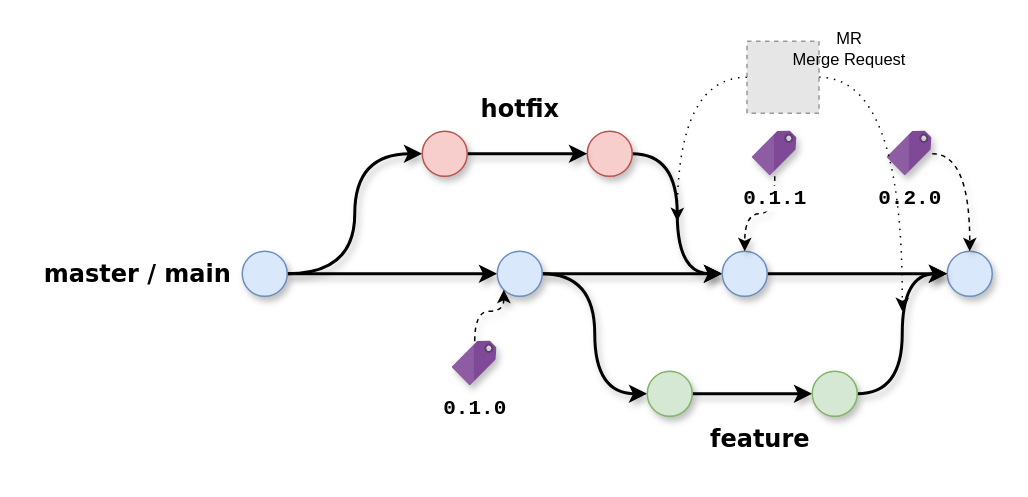
The draw.io diagram diagrama-github-flow.drawio in mrclalves/desenhos, before the edit. Source tidied: cells renumbered, new cells numbered last; positions are measured from the earlier drawing's top-left corner, leaving out a move shared by most shapes. Both pictures are drawn from the tidied source at 150%, with x=0, y=0 at pixel (32, 26). Pictures stored in the file or linked from it are replaced by grey dashed boxes.
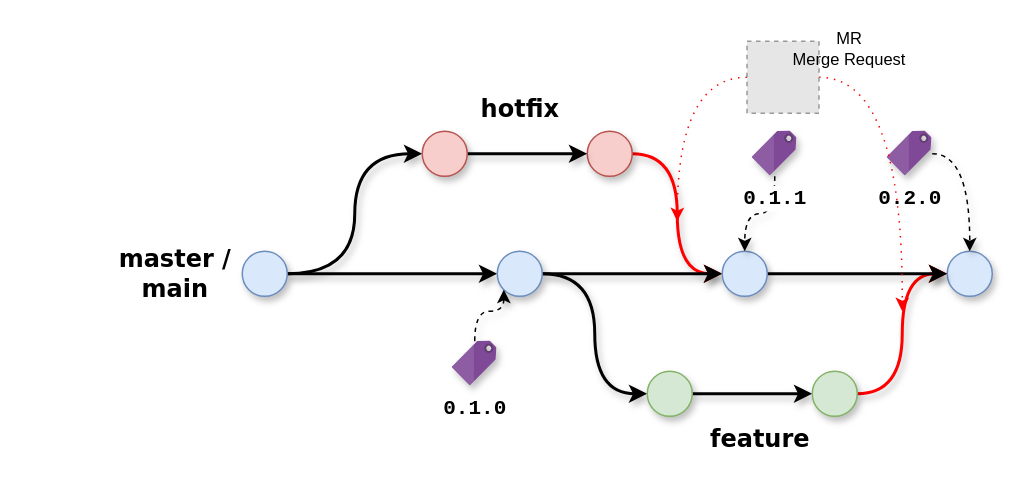
The same page after the edit.

Unchanged cells that the change refers to:
```xml
<mxCell id="7" style="ellipse;whiteSpace=wrap;html=1;fillColor=#f8cecc;strokeColor=#b85450;shadow=1;" parent="1" vertex="1">
  <mxGeometry x="370" y="70" width="30" height="30" as="geometry" />
</mxCell>
<mxCell id="14" style="ellipse;whiteSpace=wrap;html=1;fillColor=#d5e8d4;strokeColor=#82b366;shadow=1;" parent="1" vertex="1">
  <mxGeometry x="520" y="230" width="30" height="30" as="geometry" />
</mxCell>
<mxCell id="15" style="ellipse;whiteSpace=wrap;html=1;fillColor=#dae8fc;strokeColor=#6c8ebf;shadow=1;" parent="1" vertex="1">
  <mxGeometry x="610" y="150" width="30" height="30" as="geometry" />
</mxCell>
<mxCell id="19" style="ellipse;whiteSpace=wrap;html=1;fillColor=#dae8fc;strokeColor=#6c8ebf;shadow=1;" parent="1" vertex="1">
  <mxGeometry x="460" y="150" width="30" height="30" as="geometry" />
</mxCell>
<mxCell id="30" style="fillColor=#E6E6E6;strokeColor=#999999;dashed=1;html=1;verticalAlign=top;verticalLabelPosition=bottom;labelBackgroundColor=#ffffff;" parent="1" vertex="1">
  <mxGeometry x="476.5" y="10" width="48" height="48" as="geometry" />
</mxCell>
```

Change to the diagram source:
```diff
@@
-    <mxCell id="5" value="master / main" style="text;html=1;align=center;verticalAlign=middle;strokeColor=none;fillColor=none;fontStyle=1;fontFamily=Verdana;fontSize=16;shadow=1;glass=0;rounded=1;" parent="1" vertex="1">
-      <mxGeometry y="150" width="140" height="30" as="geometry" />
+    <mxCell id="5" value="master /&lt;div&gt;main&lt;/div&gt;" style="text;html=1;align=center;verticalAlign=middle;strokeColor=none;fillColor=none;fontStyle=1;fontFamily=Verdana;fontSize=16;shadow=1;glass=0;rounded=1;" parent="1" vertex="1">
+      <mxGeometry x="50" y="140" width="90" height="50" as="geometry" />
     </mxCell>
-    <mxCell id="6" style="edgeStyle=orthogonalEdgeStyle;rounded=0;jettySize=auto;html=1;entryX=0;entryY=0.5;entryDx=0;entryDy=0;curved=1;strokeWidth=2;shadow=1;" parent="1" edge="1" source="7" target="19">
+    <mxCell id="6" style="edgeStyle=orthogonalEdgeStyle;rounded=0;jettySize=auto;html=1;entryX=0;entryY=0.5;entryDx=0;entryDy=0;curved=1;strokeWidth=2;shadow=1;strokeColor=#FF0000;" parent="1" edge="1" source="7" target="19">
       <mxGeometry relative="1" as="geometry" />
     </mxCell>
@@
-    <mxCell id="13" style="edgeStyle=orthogonalEdgeStyle;rounded=0;jettySize=auto;html=1;entryX=0;entryY=0.5;entryDx=0;entryDy=0;curved=1;strokeWidth=2;shadow=1;" parent="1" edge="1" source="14" target="15">
+    <mxCell id="13" style="edgeStyle=orthogonalEdgeStyle;rounded=0;jettySize=auto;html=1;entryX=0;entryY=0.5;entryDx=0;entryDy=0;curved=1;strokeWidth=2;shadow=1;strokeColor=#FF0000;" parent="1" edge="1" source="14" target="15">
       <mxGeometry relative="1" as="geometry" />
     </mxCell>
@@
-    <mxCell id="28" style="edgeStyle=orthogonalEdgeStyle;rounded=0;jettySize=auto;html=1;curved=1;dashed=1;dashPattern=1 4;" parent="1" edge="1" source="30">
+    <mxCell id="28" style="edgeStyle=orthogonalEdgeStyle;rounded=0;jettySize=auto;html=1;curved=1;dashed=1;dashPattern=1 4;strokeColor=#FF0000;" parent="1" edge="1" source="30">
       <mxGeometry relative="1" as="geometry">
         <mxPoint x="430" y="130" as="targetPoint" />
       </mxGeometry>
     </mxCell>
-    <mxCell id="29" style="edgeStyle=orthogonalEdgeStyle;rounded=0;jettySize=auto;html=1;dashed=1;dashPattern=1 4;curved=1;" parent="1" edge="1" source="30">
+    <mxCell id="29" style="edgeStyle=orthogonalEdgeStyle;rounded=0;jettySize=auto;html=1;dashed=1;dashPattern=1 4;curved=1;fillColor=#dae8fc;strokeColor=#FF0000;" parent="1" edge="1" source="30">
       <mxGeometry relative="1" as="geometry">
         <mxPoint x="580" y="190" as="targetPoint" />
       </mxGeometry>
     </mxCell>
```
